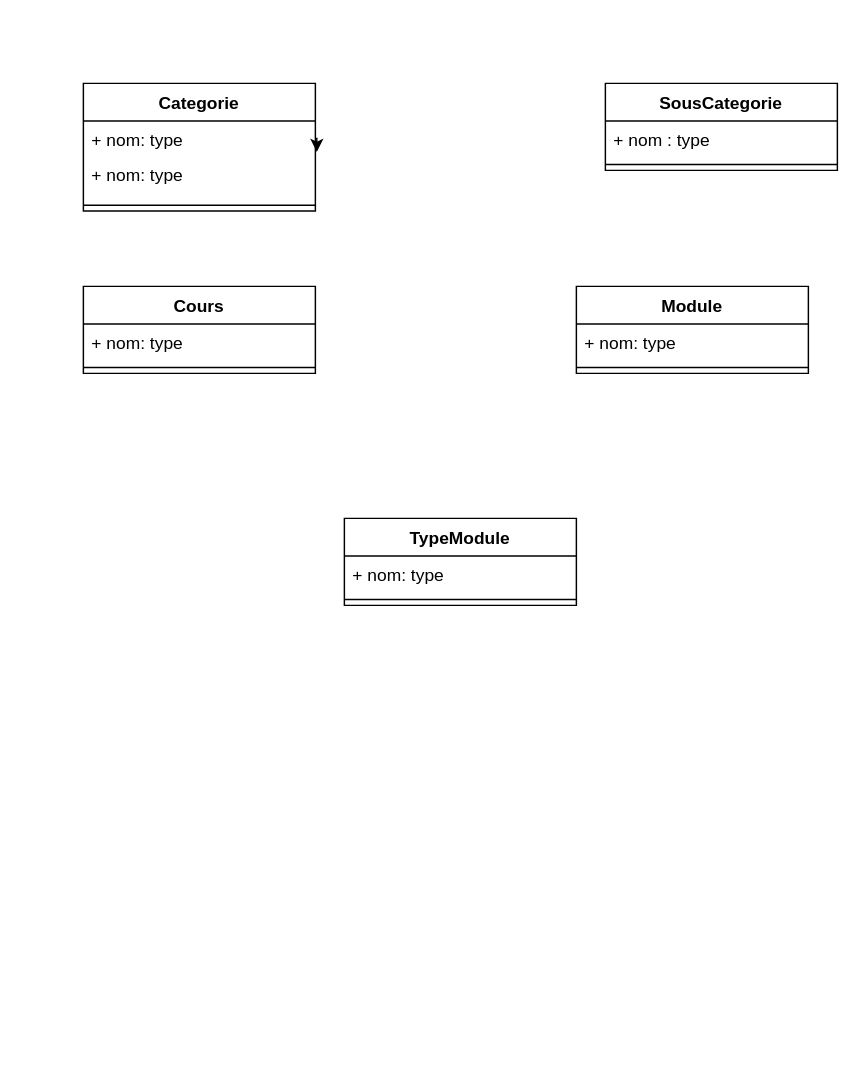
This is MasKaret.drawio from jean-seb-2106/pythontest, a draw.io file, before an edit. Source tidied: cells renumbered, new cells numbered last; positions are measured from the earlier drawing's top-left corner, leaving out a move shared by most shapes. Both pictures are drawn from the tidied source at 145%, with x=0, y=0 at pixel (83, 83).
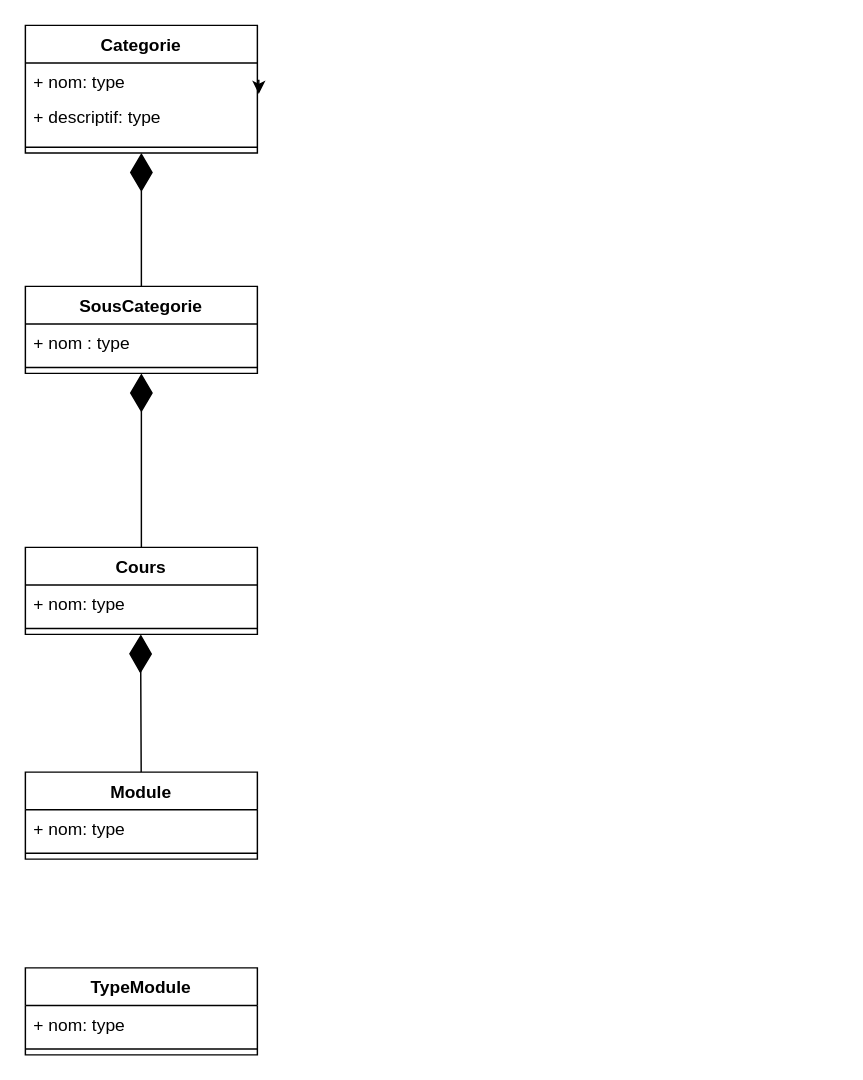
After the change.

Commit message (it also covers changes not shown here):
Mettre à jour MasKaret.drawio

Change to the diagram source:
```diff
@@
     <mxCell id="2" value="Categorie" style="swimlane;fontStyle=1;align=center;verticalAlign=top;horizontal=1;startSize=26;whiteSpace=wrap;html=1;" parent="1" vertex="1">
-      <mxGeometry width="160" height="88" as="geometry" />
+      <mxGeometry x="-40" y="-40" width="160" height="88" as="geometry" />
     </mxCell>
@@
-    <mxCell id="4" value="+ nom: type" style="text;strokeColor=none;fillColor=none;align=left;verticalAlign=top;spacingLeft=4;spacingRight=4;overflow=hidden;whiteSpace=wrap;html=1;" parent="2" vertex="1">
+    <mxCell id="4" value="+ descriptif: type" style="text;strokeColor=none;fillColor=none;align=left;verticalAlign=top;spacingLeft=4;spacingRight=4;overflow=hidden;whiteSpace=wrap;html=1;" parent="2" vertex="1">
       <mxGeometry y="50" width="160" height="30" as="geometry" />
     </mxCell>
@@
     <mxCell id="7" value="SousCategorie" style="swimlane;fontStyle=1;align=center;verticalAlign=top;horizontal=1;startSize=26;whiteSpace=wrap;html=1;" parent="1" vertex="1">
-      <mxGeometry x="360" width="160" height="60" as="geometry" />
+      <mxGeometry x="-40" y="140" width="160" height="60" as="geometry" />
     </mxCell>
@@
     <mxCell id="10" value="Cours" style="swimlane;fontStyle=1;align=center;verticalAlign=top;horizontal=1;startSize=26;whiteSpace=wrap;html=1;" parent="1" vertex="1">
-      <mxGeometry y="140" width="160" height="60" as="geometry" />
+      <mxGeometry x="-40" y="320" width="160" height="60" as="geometry" />
     </mxCell>
@@
     <mxCell id="13" value="Module" style="swimlane;fontStyle=1;align=center;verticalAlign=top;horizontal=1;startSize=26;whiteSpace=wrap;html=1;" parent="1" vertex="1">
-      <mxGeometry x="340" y="140" width="160" height="60" as="geometry" />
+      <mxGeometry x="-40" y="475" width="160" height="60" as="geometry" />
     </mxCell>
@@
     <mxCell id="16" value="TypeModule" style="swimlane;fontStyle=1;align=center;verticalAlign=top;horizontal=1;startSize=26;whiteSpace=wrap;html=1;" parent="1" vertex="1">
-      <mxGeometry x="180" y="300" width="160" height="60" as="geometry" />
+      <mxGeometry x="-40" y="610" width="160" height="60" as="geometry" />
     </mxCell>
@@
+    <mxCell id="19" style="endArrow=diamondThin;endFill=1;endSize=24;html=1;rounded=0;" parent="1" edge="1" source="7" target="2">
+      <mxGeometry relative="1" as="geometry" />
+    </mxCell>
+    <mxCell id="20" style="endArrow=diamondThin;endFill=1;endSize=24;html=1;rounded=0;" parent="1" edge="1" source="10" target="7">
+      <mxGeometry relative="1" as="geometry" />
+    </mxCell>
+    <mxCell id="21" style="endArrow=diamondThin;endFill=1;endSize=24;html=1;rounded=0;" parent="1" edge="1" source="13" target="10">
+      <mxGeometry relative="1" as="geometry">
+        <Array as="points">
+          <mxPoint x="39.5" y="390" />
+        </Array>
+      </mxGeometry>
+    </mxCell>
```
